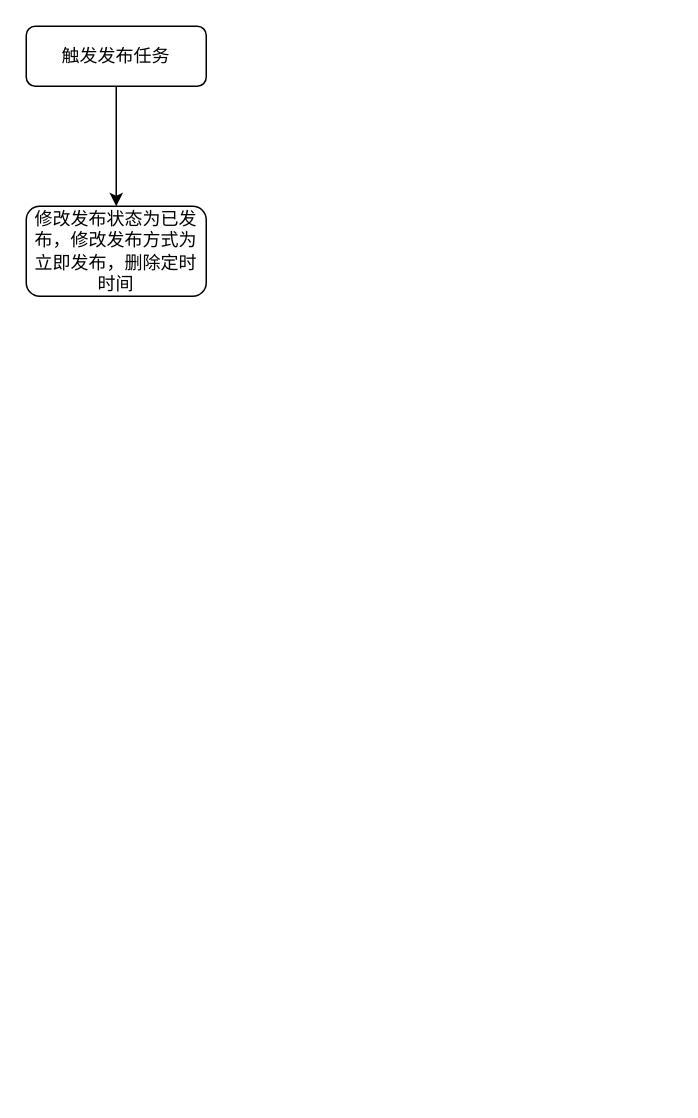
The draw.io diagram 页面发布.drawio in 1363797161/fang, before the edit. Source tidied: cells renumbered, new cells numbered last; positions are measured from the earlier drawing's top-left corner, leaving out a move shared by most shapes. Both pictures are drawn from the tidied source at 150%, with x=0, y=0 at pixel (26, 26).
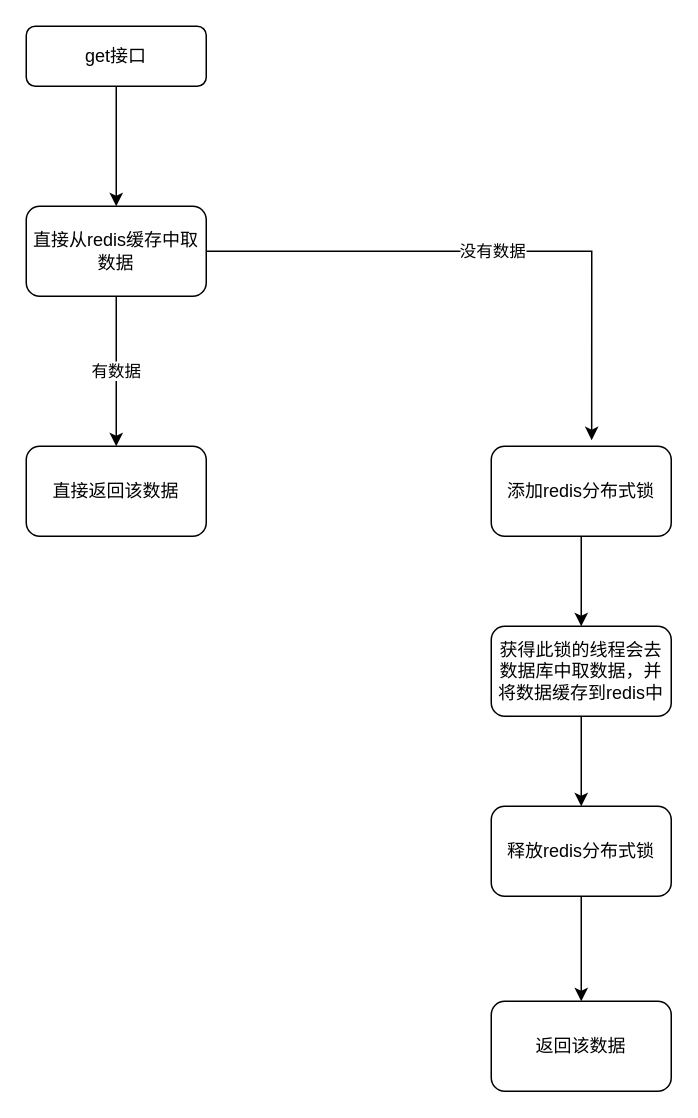
Above is the later version.

Commit message (it also covers changes not shown here):
更新页面发布.drawio

The edit, as a diff of the source:
```diff
@@
 <mxGraphModel>
   <root>
     <mxCell id="0" />
     <mxCell id="1" parent="0" />
     <mxCell id="2" style="edgeStyle=orthogonalEdgeStyle;rounded=0;jettySize=auto;html=1;" parent="1" edge="1" source="3" target="4">
       <mxGeometry relative="1" as="geometry" />
     </mxCell>
-    <mxCell id="3" value="触发发布任务" style="rounded=1;whiteSpace=wrap;html=1;fontSize=12;glass=0;strokeWidth=1;shadow=0;" parent="1" vertex="1">
+    <mxCell id="3" value="get接口" style="rounded=1;whiteSpace=wrap;html=1;fontSize=12;glass=0;strokeWidth=1;shadow=0;" parent="1" vertex="1">
       <mxGeometry width="120" height="40" as="geometry" />
     </mxCell>
+    <mxCell id="5" value="有数据" style="edgeStyle=orthogonalEdgeStyle;rounded=0;jettySize=auto;html=1;entryX=0.5;entryY=0;entryDx=0;entryDy=0;" parent="1" edge="1" source="4" target="9">
+      <mxGeometry relative="1" as="geometry" />
+    </mxCell>
+    <mxCell id="6" value="没有数据" style="edgeStyle=orthogonalEdgeStyle;rounded=0;jettySize=auto;html=1;exitX=1;exitY=0.5;exitDx=0;exitDy=0;entryX=0.558;entryY=-0.067;entryDx=0;entryDy=0;entryPerimeter=0;" parent="1" edge="1" source="4" target="8">
+      <mxGeometry relative="1" as="geometry" />
+    </mxCell>
-    <mxCell id="4" value="修改发布状态为已发布，修改发布方式为立即发布，删除定时时间" style="rounded=1;whiteSpace=wrap;html=1;" parent="1" vertex="1">
+    <mxCell id="4" value="&lt;span&gt;直接从&lt;span lang=&quot;EN-US&quot;&gt;redis&lt;/span&gt;缓存中取数据&lt;/span&gt;" style="rounded=1;whiteSpace=wrap;html=1;" parent="1" vertex="1">
       <mxGeometry y="120" width="120" height="60" as="geometry" />
     </mxCell>
+    <mxCell id="7" style="edgeStyle=orthogonalEdgeStyle;rounded=0;jettySize=auto;html=1;" parent="1" edge="1" source="8" target="11">
+      <mxGeometry relative="1" as="geometry" />
+    </mxCell>
+    <mxCell id="8" value="添加redis分布式锁" style="rounded=1;whiteSpace=wrap;html=1;" parent="1" vertex="1">
+      <mxGeometry x="310" y="280" width="120" height="60" as="geometry" />
+    </mxCell>
+    <mxCell id="9" value="直接返回该数据" style="rounded=1;whiteSpace=wrap;html=1;" parent="1" vertex="1">
+      <mxGeometry y="280" width="120" height="60" as="geometry" />
+    </mxCell>
+    <mxCell id="10" style="edgeStyle=orthogonalEdgeStyle;rounded=0;jettySize=auto;html=1;entryX=0.5;entryY=0;entryDx=0;entryDy=0;" parent="1" edge="1" source="11" target="13">
+      <mxGeometry relative="1" as="geometry" />
+    </mxCell>
+    <mxCell id="11" value="&lt;span&gt;获得此锁的线程会去数据库中取数据，并将数据缓存到&lt;span lang=&quot;EN-US&quot;&gt;redis&lt;/span&gt;中&lt;/span&gt;" style="rounded=1;whiteSpace=wrap;html=1;" parent="1" vertex="1">
+      <mxGeometry x="310" y="400" width="120" height="60" as="geometry" />
+    </mxCell>
+    <mxCell id="12" style="edgeStyle=orthogonalEdgeStyle;rounded=0;jettySize=auto;html=1;entryX=0.5;entryY=0;entryDx=0;entryDy=0;" parent="1" edge="1" source="13" target="14">
+      <mxGeometry relative="1" as="geometry" />
+    </mxCell>
+    <mxCell id="13" value="释放redis分布式锁" style="rounded=1;whiteSpace=wrap;html=1;" parent="1" vertex="1">
+      <mxGeometry x="310" y="520" width="120" height="60" as="geometry" />
+    </mxCell>
+    <mxCell id="14" value="返回该数据" style="rounded=1;whiteSpace=wrap;html=1;" parent="1" vertex="1">
+      <mxGeometry x="310" y="650" width="120" height="60" as="geometry" />
+    </mxCell>
   </root>
 </mxGraphModel>
```
